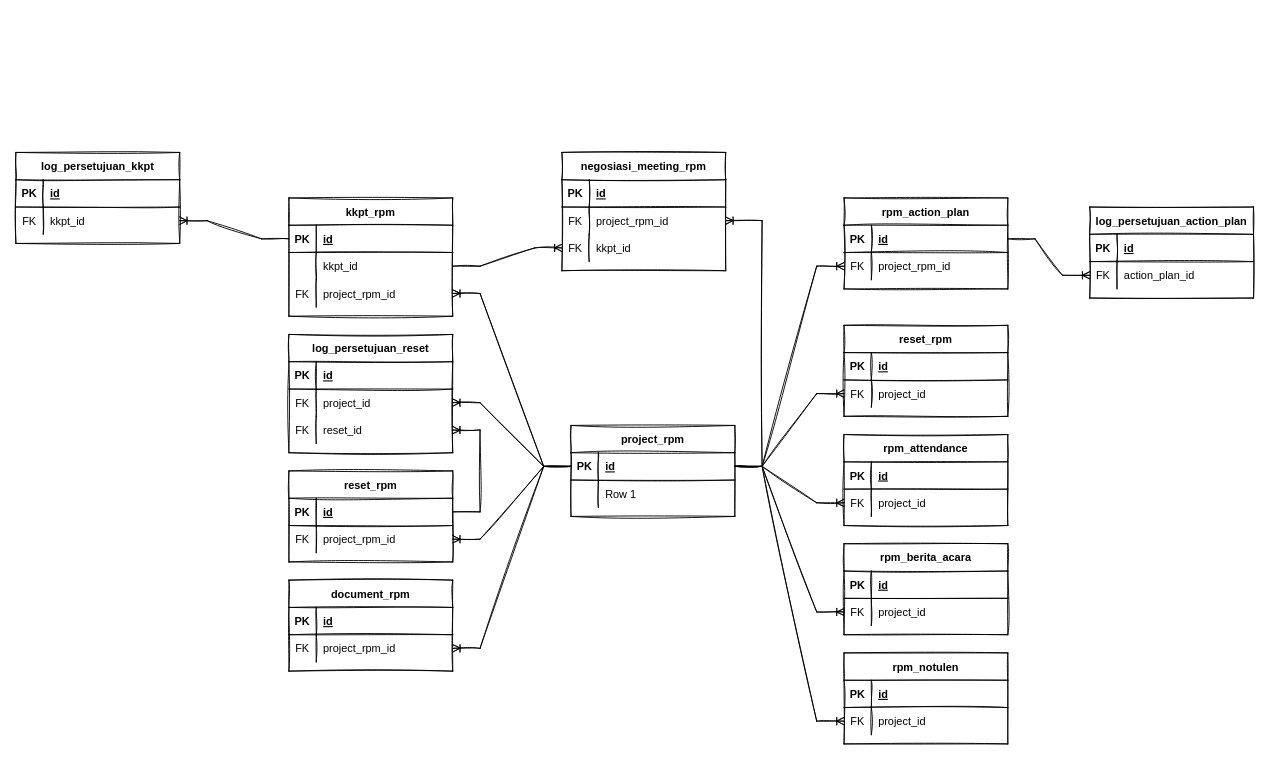
Earlier version of the draw.io diagram RPM.drawio (fathurk/belajar-js). Source tidied: cells renumbered, new cells numbered last; positions are measured from the earlier drawing's top-left corner, leaving out a move shared by most shapes. Both pictures are drawn from the tidied source at 91%, with x=0, y=0 at pixel (15, 152).
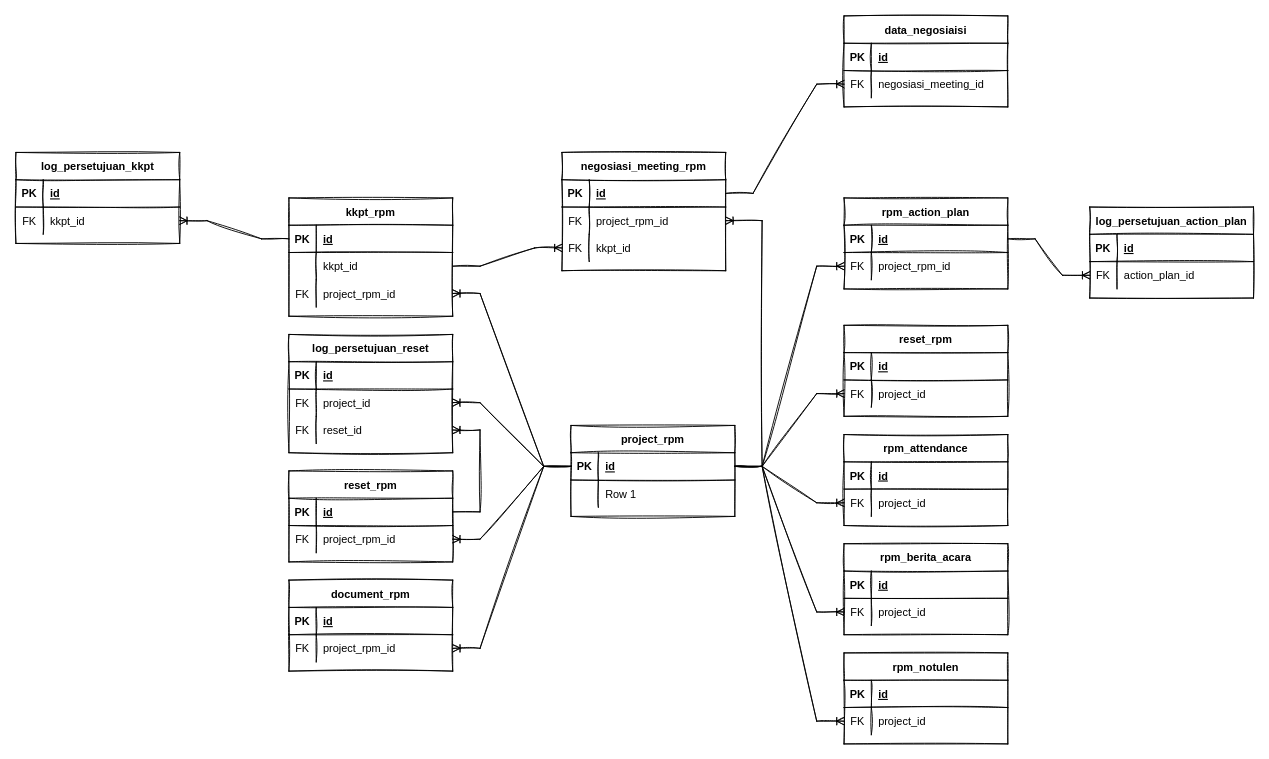
The same page after the edit.

Unchanged cells that the change refers to:
```xml
<mxCell id="50" style="shape=tableRow;horizontal=0;startSize=0;swimlaneHead=0;swimlaneBody=0;fillColor=none;points=[[0,0.5],[1,0.5]];portConstraint=eastwest;top=0;left=0;right=0;bottom=1;sketch=1;" parent="49" vertex="1">
  <mxGeometry y="30" width="180" height="30" as="geometry" />
</mxCell>
```

Diff of the diagram source:
```diff
@@
+    <mxCell id="116" value="data_negosiaisi" style="shape=table;startSize=30;childLayout=tableLayout;rowLines=0;fontStyle=1;align=center;sketch=1;" parent="1" vertex="1">
+      <mxGeometry x="910" y="-150" width="180" height="100" as="geometry" />
+    </mxCell>
+    <mxCell id="117" style="shape=tableRow;horizontal=0;startSize=0;swimlaneHead=0;swimlaneBody=0;fillColor=none;top=0;left=0;right=0;bottom=1;sketch=1;" parent="116" vertex="1">
+      <mxGeometry y="30" width="180" height="30" as="geometry" />
+    </mxCell>
+    <mxCell id="118" value="PK" style="shape=partialRectangle;fillColor=none;top=0;left=0;bottom=0;right=0;fontStyle=1;overflow=hidden;sketch=1;" parent="117" vertex="1">
+      <mxGeometry width="30" height="30" as="geometry" />
+    </mxCell>
+    <mxCell id="119" value="id" style="shape=partialRectangle;fillColor=none;top=0;left=0;bottom=0;right=0;align=left;spacingLeft=6;fontStyle=5;overflow=hidden;sketch=1;" parent="117" vertex="1">
+      <mxGeometry x="30" width="150" height="30" as="geometry" />
+    </mxCell>
+    <mxCell id="120" style="shape=tableRow;horizontal=0;startSize=0;swimlaneHead=0;swimlaneBody=0;fillColor=none;points=[[0,0.5],[1,0.5]];portConstraint=eastwest;top=0;left=0;right=0;bottom=0;sketch=1;" parent="116" vertex="1">
+      <mxGeometry y="60" width="180" height="30" as="geometry" />
+    </mxCell>
+    <mxCell id="121" value="FK" style="shape=partialRectangle;fillColor=none;top=0;left=0;bottom=0;right=0;overflow=hidden;sketch=1;" parent="120" vertex="1">
+      <mxGeometry width="30" height="30" as="geometry" />
+    </mxCell>
+    <mxCell id="122" value="negosiasi_meeting_id" style="shape=partialRectangle;fillColor=none;top=0;left=0;bottom=0;right=0;align=left;spacingLeft=6;overflow=hidden;sketch=1;" parent="120" vertex="1">
+      <mxGeometry x="30" width="150" height="30" as="geometry" />
+    </mxCell>
+    <mxCell id="123" style="edgeStyle=entityRelationEdgeStyle;fontSize=12;html=1;endArrow=ERoneToMany;rounded=0;sketch=1;" parent="1" edge="1" source="50" target="120">
+      <mxGeometry relative="1" as="geometry" />
+    </mxCell>
```
